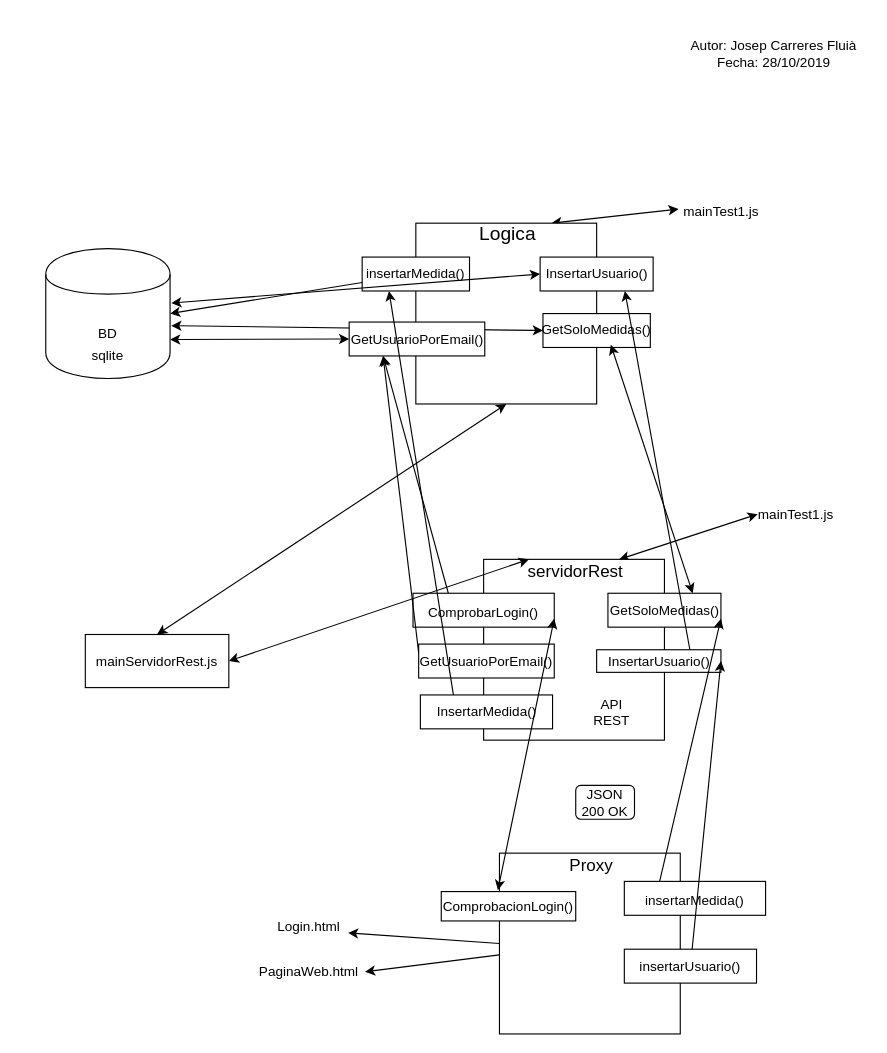
Poluzone/Contaminacion-Servidor keeps this draw.io diagram as Diseños/DiseñoServidor.drawio. Above is the earlier version. Source tidied: cells renumbered, new cells numbered last; positions are measured from the earlier drawing's top-left corner, leaving out a move shared by most shapes. Both pictures are drawn from the tidied source at 113%, with x=0, y=0 at pixel (45, 19).
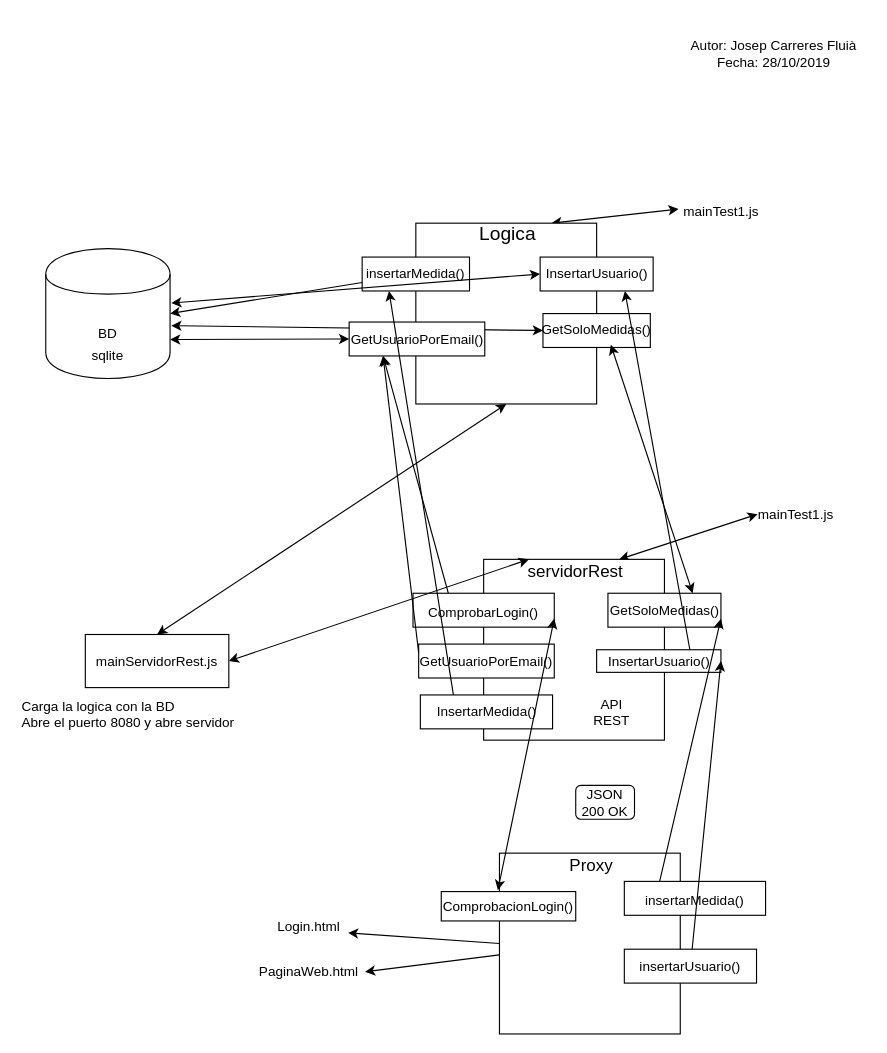
After the change.

Diff of the diagram source:
```diff
@@
+    <mxCell id="48" value="Carga la logica con la BD&lt;br&gt;Abre el puerto 8080 y abre servidor&lt;br&gt;&amp;nbsp;" style="text;html=1;align=left;verticalAlign=top;spacingTop=-4;fontSize=12;" parent="1" vertex="1">
+      <mxGeometry x="-23" y="597.5" width="200" height="40" as="geometry" />
+    </mxCell>
```
